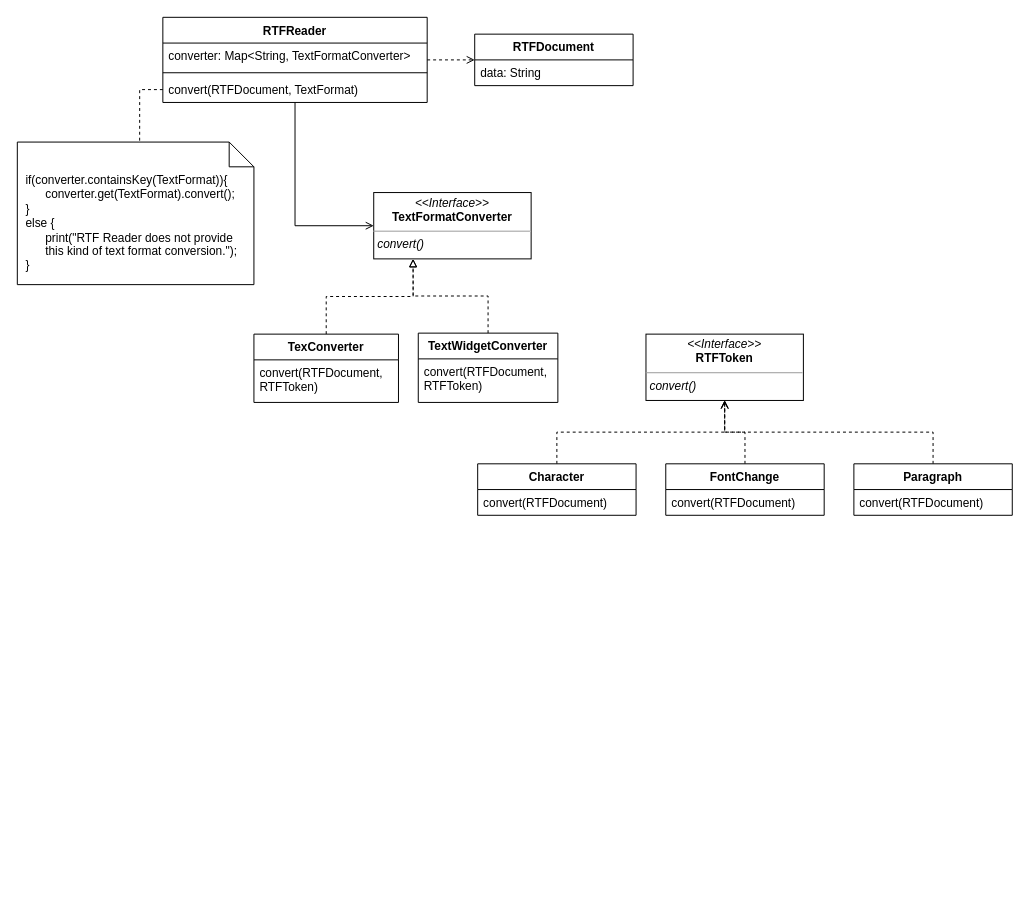
Earlier version of the draw.io diagram page "refactoredDesign_v2" (3 of 3) of HW2 RTFConverter.drawio (Janette-Hua/111-1-Software-Engineering-Design). Source tidied: cells renumbered, new cells numbered last; positions are measured from the earlier drawing's top-left corner, leaving out a move shared by most shapes. Both pictures are drawn from the tidied source at 99%, with x=0, y=0 at pixel (17, 17).
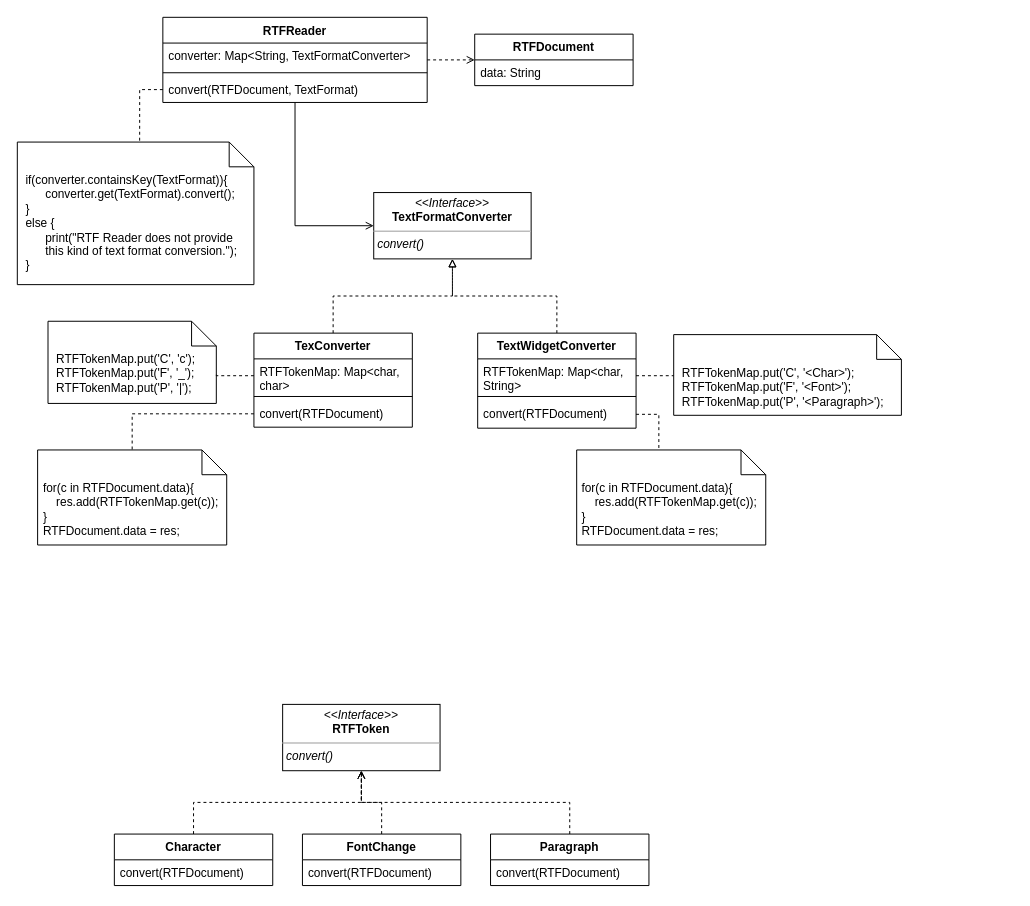
The same page after the edit.

Unchanged cells that the change refers to:
```xml
<mxCell id="14" value="&lt;p style=&quot;margin:0px;margin-top:4px;text-align:center;&quot;&gt;&lt;i&gt;&amp;lt;&amp;lt;Interface&amp;gt;&amp;gt;&lt;/i&gt;&lt;br&gt;&lt;b&gt;TextFormatConverter&lt;/b&gt;&lt;/p&gt;&lt;hr size=&quot;1&quot;&gt;&lt;p style=&quot;margin:0px;margin-left:4px;&quot;&gt;&lt;i&gt;convert()&lt;/i&gt;&lt;/p&gt;" style="verticalAlign=top;align=left;overflow=fill;fontSize=12;fontFamily=Helvetica;html=1;whiteSpace=wrap;" parent="1" vertex="1">
  <mxGeometry x="360" y="177" width="159" height="67" as="geometry" />
</mxCell>
```

The edit, as a diff of the source:
```diff
@@
-    <mxCell id="8" style="edgeStyle=orthogonalEdgeStyle;rounded=0;jettySize=auto;html=1;exitX=0.5;exitY=0;exitDx=0;exitDy=0;entryX=0.25;entryY=1;entryDx=0;entryDy=0;dashed=1;endArrow=block;endFill=0;" parent="1" edge="1" source="9" target="14">
+    <mxCell id="8" style="edgeStyle=orthogonalEdgeStyle;rounded=0;jettySize=auto;html=1;exitX=0.5;exitY=0;exitDx=0;exitDy=0;entryX=0.5;entryY=1;entryDx=0;entryDy=0;dashed=1;endArrow=block;endFill=0;" parent="1" edge="1" source="9" target="14">
       <mxGeometry relative="1" as="geometry" />
     </mxCell>
-    <mxCell id="9" value="TexConverter" style="swimlane;fontStyle=1;align=center;verticalAlign=top;horizontal=1;startSize=26;whiteSpace=wrap;html=1;" parent="1" vertex="1">
-      <mxGeometry x="239" y="320" width="146" height="69" as="geometry" />
-    </mxCell>
-    <mxCell id="10" value="convert(RTFDocument, RTFToken)" style="text;strokeColor=none;fillColor=none;align=left;verticalAlign=top;spacingLeft=4;spacingRight=4;overflow=hidden;whiteSpace=wrap;html=1;" parent="9" vertex="1">
-      <mxGeometry y="26" width="146" height="43" as="geometry" />
-    </mxCell>
-    <mxCell id="11" style="edgeStyle=orthogonalEdgeStyle;rounded=0;jettySize=auto;html=1;exitX=0.5;exitY=0;exitDx=0;exitDy=0;entryX=0.25;entryY=1;entryDx=0;entryDy=0;endArrow=block;endFill=0;dashed=1;" parent="1" edge="1" source="12" target="14">
+    <mxCell id="11" style="edgeStyle=orthogonalEdgeStyle;rounded=0;jettySize=auto;html=1;exitX=0.5;exitY=0;exitDx=0;exitDy=0;entryX=0.5;entryY=1;entryDx=0;entryDy=0;endArrow=block;endFill=0;dashed=1;" parent="1" edge="1" source="12" target="14">
       <mxGeometry relative="1" as="geometry" />
     </mxCell>
-    <mxCell id="12" value="TextWidgetConverter" style="swimlane;fontStyle=1;align=center;verticalAlign=top;horizontal=1;startSize=26;whiteSpace=wrap;html=1;" parent="1" vertex="1">
-      <mxGeometry x="405" y="319" width="141" height="70" as="geometry" />
-    </mxCell>
-    <mxCell id="13" value="convert(RTFDocument, RTFToken)" style="text;strokeColor=none;fillColor=none;align=left;verticalAlign=top;spacingLeft=4;spacingRight=4;overflow=hidden;whiteSpace=wrap;html=1;" parent="12" vertex="1">
-      <mxGeometry y="26" width="141" height="44" as="geometry" />
-    </mxCell>
@@
     <mxCell id="20" value="Character" style="swimlane;fontStyle=1;align=center;verticalAlign=top;horizontal=1;startSize=26;whiteSpace=wrap;html=1;" parent="1" vertex="1">
-      <mxGeometry x="465" y="451" width="160" height="52" as="geometry" />
+      <mxGeometry x="98" y="825" width="160" height="52" as="geometry" />
     </mxCell>
@@
     <mxCell id="22" value="&lt;p style=&quot;margin:0px;margin-top:4px;text-align:center;&quot;&gt;&lt;i&gt;&amp;lt;&amp;lt;Interface&amp;gt;&amp;gt;&lt;/i&gt;&lt;br&gt;&lt;b&gt;RTFToken&lt;/b&gt;&lt;br&gt;&lt;/p&gt;&lt;hr size=&quot;1&quot;&gt;&lt;p style=&quot;margin:0px;margin-left:4px;&quot;&gt;&lt;i&gt;convert()&lt;/i&gt;&lt;/p&gt;" style="verticalAlign=top;align=left;overflow=fill;fontSize=12;fontFamily=Helvetica;html=1;whiteSpace=wrap;" parent="1" vertex="1">
-      <mxGeometry x="635" y="320" width="159" height="67" as="geometry" />
+      <mxGeometry x="268" y="694" width="159" height="67" as="geometry" />
     </mxCell>
@@
     <mxCell id="24" value="FontChange" style="swimlane;fontStyle=1;align=center;verticalAlign=top;horizontal=1;startSize=26;whiteSpace=wrap;html=1;" parent="1" vertex="1">
-      <mxGeometry x="655" y="451" width="160" height="52" as="geometry" />
+      <mxGeometry x="288" y="825" width="160" height="52" as="geometry" />
     </mxCell>
@@
     <mxCell id="27" value="Paragraph" style="swimlane;fontStyle=1;align=center;verticalAlign=top;horizontal=1;startSize=26;whiteSpace=wrap;html=1;" parent="1" vertex="1">
-      <mxGeometry x="845" y="451" width="160" height="52" as="geometry" />
+      <mxGeometry x="478" y="825" width="160" height="52" as="geometry" />
     </mxCell>
@@
+    <mxCell id="9" value="TexConverter" style="swimlane;fontStyle=1;align=center;verticalAlign=top;horizontal=1;startSize=26;whiteSpace=wrap;html=1;" parent="1" vertex="1">
+      <mxGeometry x="239" y="319" width="160" height="95" as="geometry" />
+    </mxCell>
+    <mxCell id="29" value="RTFTokenMap: Map&amp;lt;char, char&amp;gt;" style="text;strokeColor=none;fillColor=none;align=left;verticalAlign=top;spacingLeft=4;spacingRight=4;overflow=hidden;points=[[0,0.5],[1,0.5]];portConstraint=eastwest;whiteSpace=wrap;html=1;" parent="9" vertex="1">
+      <mxGeometry y="26" width="160" height="34" as="geometry" />
+    </mxCell>
+    <mxCell id="30" style="line;strokeWidth=1;fillColor=none;align=left;verticalAlign=middle;spacingTop=-1;spacingLeft=3;spacingRight=3;labelPosition=right;strokeColor=inherit;" parent="9" vertex="1">
+      <mxGeometry y="60" width="160" height="8" as="geometry" />
+    </mxCell>
+    <mxCell id="31" value="convert(RTFDocument)" style="text;strokeColor=none;fillColor=none;align=left;verticalAlign=top;spacingLeft=4;spacingRight=4;overflow=hidden;points=[[0,0.5],[1,0.5]];portConstraint=eastwest;whiteSpace=wrap;html=1;" parent="9" vertex="1">
+      <mxGeometry y="68" width="160" height="27" as="geometry" />
+    </mxCell>
+    <mxCell id="12" value="TextWidgetConverter" style="swimlane;fontStyle=1;align=center;verticalAlign=top;horizontal=1;startSize=26;whiteSpace=wrap;html=1;" parent="1" vertex="1">
+      <mxGeometry x="465" y="319" width="160" height="96" as="geometry" />
+    </mxCell>
+    <mxCell id="32" value="RTFTokenMap: Map&amp;lt;char, String&amp;gt;" style="text;strokeColor=none;fillColor=none;align=left;verticalAlign=top;spacingLeft=4;spacingRight=4;overflow=hidden;points=[[0,0.5],[1,0.5]];portConstraint=eastwest;whiteSpace=wrap;html=1;" parent="12" vertex="1">
+      <mxGeometry y="26" width="160" height="34" as="geometry" />
+    </mxCell>
+    <mxCell id="33" style="line;strokeWidth=1;fillColor=none;align=left;verticalAlign=middle;spacingTop=-1;spacingLeft=3;spacingRight=3;labelPosition=right;strokeColor=inherit;" parent="12" vertex="1">
+      <mxGeometry y="60" width="160" height="8" as="geometry" />
+    </mxCell>
+    <mxCell id="34" value="convert(RTFDocument)" style="text;strokeColor=none;fillColor=none;align=left;verticalAlign=top;spacingLeft=4;spacingRight=4;overflow=hidden;points=[[0,0.5],[1,0.5]];portConstraint=eastwest;whiteSpace=wrap;html=1;" parent="12" vertex="1">
+      <mxGeometry y="68" width="160" height="28" as="geometry" />
+    </mxCell>
+    <mxCell id="35" value="&amp;nbsp; RTFTokenMap.put('C', 'c');&lt;br&gt;&amp;nbsp; RTFTokenMap.put('F', '_');&lt;br&gt;&amp;nbsp; RTFTokenMap.put('P', '|');" style="shape=note2;boundedLbl=1;whiteSpace=wrap;html=1;size=25;verticalAlign=top;align=left;" parent="1" vertex="1">
+      <mxGeometry x="31" y="307" width="170" height="83" as="geometry" />
+    </mxCell>
+    <mxCell id="36" style="edgeStyle=orthogonalEdgeStyle;rounded=0;jettySize=auto;html=1;exitX=0;exitY=0.5;exitDx=0;exitDy=0;entryX=0;entryY=0;entryDx=170;entryDy=54;entryPerimeter=0;endArrow=none;endFill=0;dashed=1;" parent="1" edge="1" source="29" target="35">
+      <mxGeometry relative="1" as="geometry" />
+    </mxCell>
+    <mxCell id="37" value="&amp;nbsp; RTFTokenMap.put('C', '&amp;lt;Char&amp;gt;');&lt;br&gt;&amp;nbsp; RTFTokenMap.put('F', '&amp;lt;Font&amp;gt;');&lt;br&gt;&amp;nbsp; RTFTokenMap.put('P', '&amp;lt;Paragraph&amp;gt;');" style="shape=note2;boundedLbl=1;whiteSpace=wrap;html=1;size=25;verticalAlign=top;align=left;" parent="1" vertex="1">
+      <mxGeometry x="663" y="320.5" width="230" height="81.5" as="geometry" />
+    </mxCell>
+    <mxCell id="38" style="edgeStyle=orthogonalEdgeStyle;rounded=0;jettySize=auto;html=1;exitX=1;exitY=0.5;exitDx=0;exitDy=0;entryX=0;entryY=0.5;entryDx=0;entryDy=0;entryPerimeter=0;endArrow=none;endFill=0;dashed=1;" parent="1" edge="1" source="32" target="37">
+      <mxGeometry relative="1" as="geometry" />
+    </mxCell>
+    <mxCell id="39" value="&amp;nbsp;for(c in RTFDocument.data){&lt;br&gt;&amp;nbsp; &amp;nbsp; &amp;nbsp;res.add(RTFTokenMap.get(c));&lt;br&gt;&amp;nbsp;}&lt;br&gt;&amp;nbsp;RTFDocument.data = res;" style="shape=note2;boundedLbl=1;whiteSpace=wrap;html=1;size=25;verticalAlign=top;align=left;" parent="1" vertex="1">
+      <mxGeometry x="20.5" y="437" width="191" height="96" as="geometry" />
+    </mxCell>
+    <mxCell id="40" style="edgeStyle=orthogonalEdgeStyle;rounded=0;jettySize=auto;html=1;exitX=0;exitY=0.5;exitDx=0;exitDy=0;entryX=0.5;entryY=0;entryDx=0;entryDy=0;entryPerimeter=0;endArrow=none;endFill=0;dashed=1;" parent="1" edge="1" source="31" target="39">
+      <mxGeometry relative="1" as="geometry" />
+    </mxCell>
+    <mxCell id="41" value="&amp;nbsp;for(c in RTFDocument.data){&lt;br&gt;&amp;nbsp; &amp;nbsp; &amp;nbsp;res.add(RTFTokenMap.get(c));&lt;br&gt;&amp;nbsp;}&lt;br&gt;&amp;nbsp;RTFDocument.data = res;" style="shape=note2;boundedLbl=1;whiteSpace=wrap;html=1;size=25;verticalAlign=top;align=left;" parent="1" vertex="1">
+      <mxGeometry x="565" y="437" width="191" height="96" as="geometry" />
+    </mxCell>
+    <mxCell id="42" style="edgeStyle=orthogonalEdgeStyle;rounded=0;jettySize=auto;html=1;exitX=1;exitY=0.5;exitDx=0;exitDy=0;endArrow=none;endFill=0;dashed=1;entryX=0;entryY=0;entryDx=83;entryDy=0;entryPerimeter=0;" parent="1" edge="1" source="34" target="41">
+      <mxGeometry relative="1" as="geometry" />
+    </mxCell>
```
